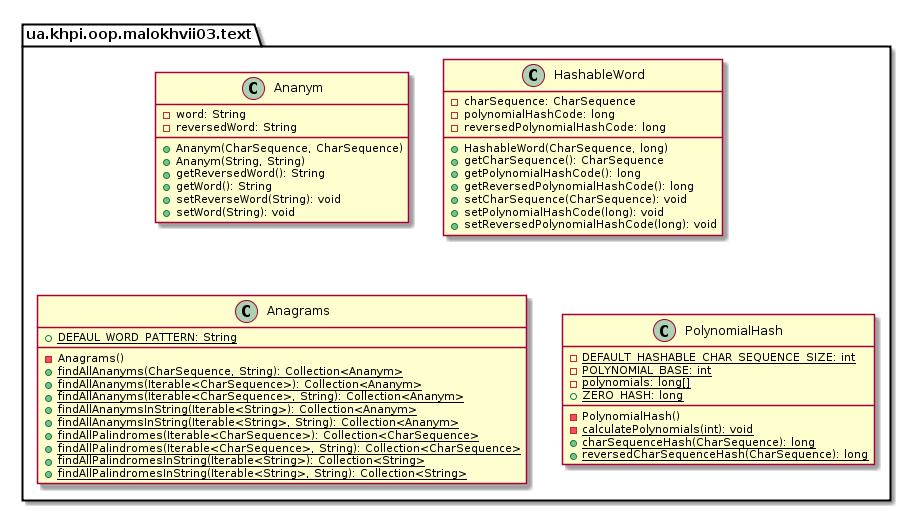
Above: malokhvii-eduard/malokhvii03/doc/plantuml/png/ua.khpi.oop.malokhvii03.text.package.png in P-Kalin/kit26a (PlantUML), before the change.
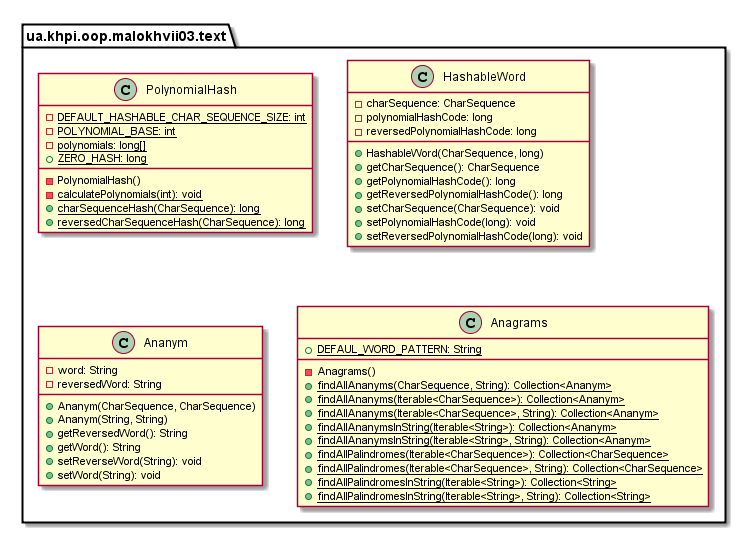
The same file after the commit.

Diff of the diagram source:
```diff
@@ -2,15 +2,15 @@
 
     namespace ua.khpi.oop.malokhvii03.text {
 
-        class Ananym {
-            -word: String
-            -reversedWord: String
-            +Ananym(CharSequence, CharSequence)
-            +Ananym(String, String)
-            +getReversedWord(): String
-            +getWord(): String
-            +setReverseWord(String): void
-            +setWord(String): void
+        class PolynomialHash {
+            {static} -DEFAULT_HASHABLE_CHAR_SEQUENCE_SIZE: int
+            {static} -POLYNOMIAL_BASE: int
+            {static} -polynomials: long[]
+            {static} +ZERO_HASH: long
+            -PolynomialHash()
+            {static} -calculatePolynomials(int): void
+            {static} +charSequenceHash(CharSequence): long
+            {static} +reversedCharSequenceHash(CharSequence): long
         }
 
         class HashableWord {
@@ -24,6 +24,17 @@
             +setCharSequence(CharSequence): void
             +setPolynomialHashCode(long): void
             +setReversedPolynomialHashCode(long): void
+        }
+
+        class Ananym {
+            -word: String
+            -reversedWord: String
+            +Ananym(CharSequence, CharSequence)
+            +Ananym(String, String)
+            +getReversedWord(): String
+            +getWord(): String
+            +setReverseWord(String): void
+            +setWord(String): void
         }
 
         class Anagrams {
@@ -40,17 +51,6 @@
             {static} +findAllPalindromesInString(Iterable<String>, String): Collection<String>
         }
 
-        class PolynomialHash {
-            {static} -DEFAULT_HASHABLE_CHAR_SEQUENCE_SIZE: int
-            {static} -POLYNOMIAL_BASE: int
-            {static} -polynomials: long[]
-            {static} +ZERO_HASH: long
-            -PolynomialHash()
-            {static} -calculatePolynomials(int): void
-            {static} +charSequenceHash(CharSequence): long
-            {static} +reversedCharSequenceHash(CharSequence): long
-        }
-
     }
 
 @enduml
```
